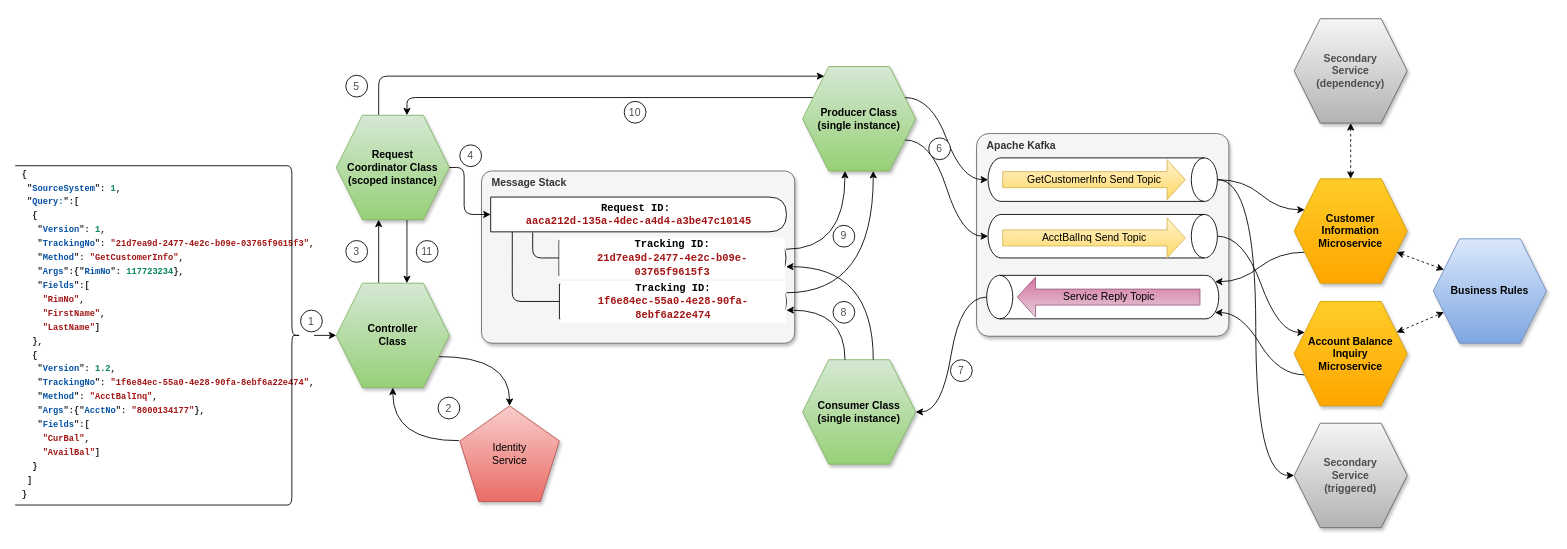
The draw.io diagram page "Service Architecture" (3 of 8) of Microservice Architecture.drawio in badenhorstp/readme, before the edit. Source tidied: cells renumbered, new cells numbered last; positions are measured from the earlier drawing's top-left corner, leaving out a move shared by most shapes. Both pictures are drawn from the tidied source at 87%, with x=0, y=0 at pixel (15, 18).
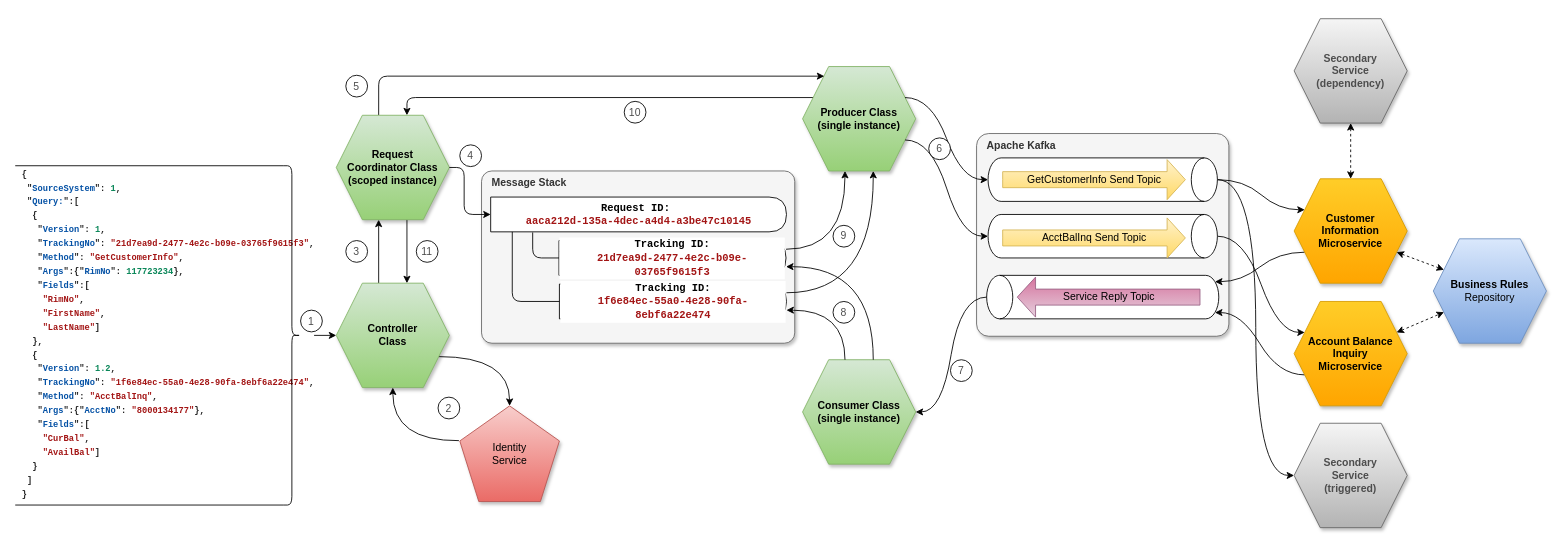
After the change.

The edit, as a diff of the source:
```diff
@@
-    <mxCell id="61" value="Business Rules" style="shape=hexagon;perimeter=hexagonPerimeter2;whiteSpace=wrap;html=1;fixedSize=1;fillColor=#dae8fc;strokeColor=#6c8ebf;shadow=1;rounded=0;gradientColor=#7ea6e0;size=30;fontStyle=1;" parent="1" vertex="1">
+    <mxCell id="61" value="Business Rules&lt;br&gt;&lt;span style=&quot;font-weight: 400&quot;&gt;Repository&lt;/span&gt;" style="shape=hexagon;perimeter=hexagonPerimeter2;whiteSpace=wrap;html=1;fixedSize=1;fillColor=#dae8fc;strokeColor=#6c8ebf;shadow=1;rounded=0;gradientColor=#7ea6e0;size=30;fontStyle=1;" parent="1" vertex="1">
       <mxGeometry x="1630" y="253" width="130" height="120" as="geometry" />
     </mxCell>
```
